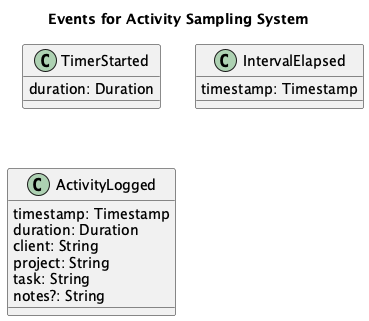
falkoschumann/activity-sampling keeps this PlantUML diagram as doc/events.png. Above is the earlier version.
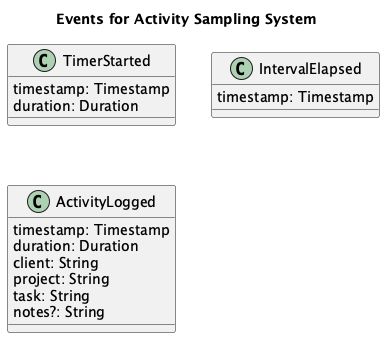
After the change.

Commit message:
docs: add timestamp to timer started

What changed in the source:
```diff
@@ -3,6 +3,7 @@
 title "Events for Activity Sampling System"
 
 class TimerStarted {
+  timestamp: Timestamp
   duration: Duration
 }
 
```
